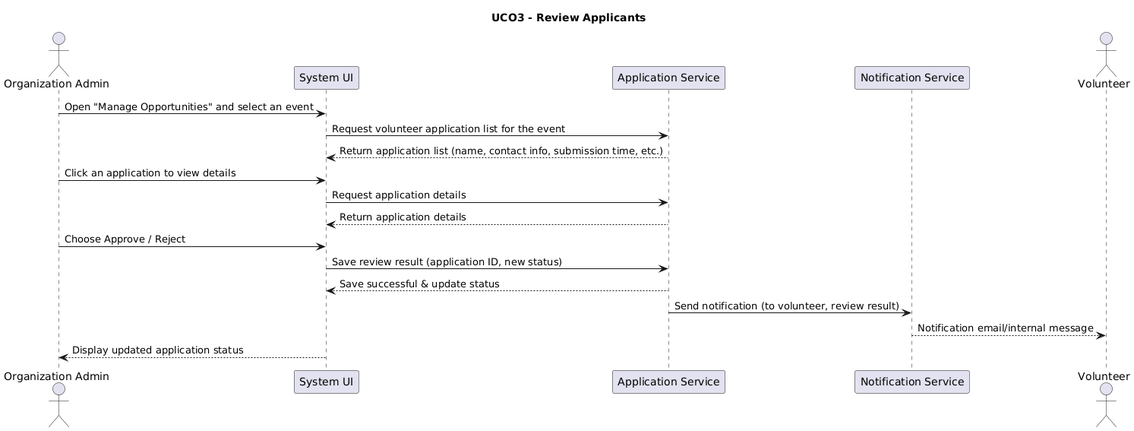
Before: docs/04_Behavior_Modeling/UC-14-sequence-diagram.png, a diagram exported from PlantUML (bg0707/SE1_Team3_VolunteerPortal). Source of this version:
```plantuml
@startuml
title UCO3 - Review Applicants

actor "Organization Admin" as Admin
participant "System UI" as UI
participant "Application Service" as AppSvc
participant "Notification Service" as Notify
actor "Volunteer" as Vol

Admin -> UI: Open "Manage Opportunities" and select an event
UI -> AppSvc: Request volunteer application list for the event
AppSvc --> UI: Return application list (name, contact info, submission time, etc.)

Admin -> UI: Click an application to view details
UI -> AppSvc: Request application details
AppSvc --> UI: Return application details

Admin -> UI: Choose Approve / Reject
UI -> AppSvc: Save review result (application ID, new status)
AppSvc --> UI: Save successful & update status

AppSvc -> Notify: Send notification (to volunteer, review result)
Notify --> Vol: Notification email/internal message

UI --> Admin: Display updated application status
@enduml
```
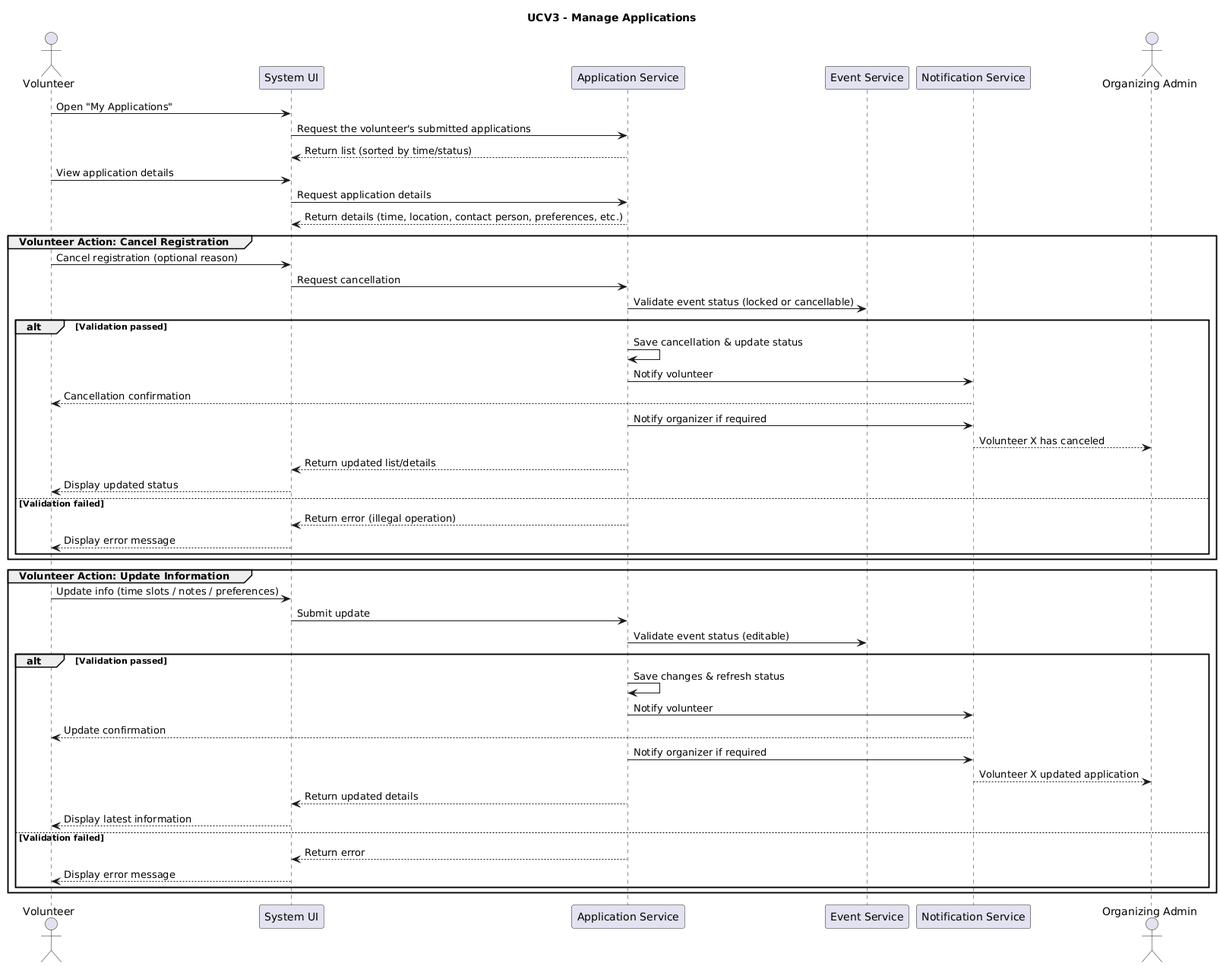
After the commit.

Change to the diagram source:
```diff
@@ -1,26 +1,54 @@
 @startuml
-title UCO3 - Review Applicants
+title UCV3 - Manage Applications
 
-actor "Organization Admin" as Admin
+actor "Volunteer" as Vol
 participant "System UI" as UI
 participant "Application Service" as AppSvc
+participant "Event Service" as Event
 participant "Notification Service" as Notify
-actor "Volunteer" as Vol
+actor "Organizing Admin" as Org
 
-Admin -> UI: Open "Manage Opportunities" and select an event
-UI -> AppSvc: Request volunteer application list for the event
-AppSvc --> UI: Return application list (name, contact info, submission time, etc.)
+Vol -> UI: Open "My Applications"
+UI -> AppSvc: Request the volunteer's submitted applications
+AppSvc --> UI: Return list (sorted by time/status)
 
-Admin -> UI: Click an application to view details
+Vol -> UI: View application details
 UI -> AppSvc: Request application details
-AppSvc --> UI: Return application details
+AppSvc --> UI: Return details (time, location, contact person, preferences, etc.)
 
-Admin -> UI: Choose Approve / Reject
-UI -> AppSvc: Save review result (application ID, new status)
-AppSvc --> UI: Save successful & update status
+group Volunteer Action: Cancel Registration
+    Vol -> UI: Cancel registration (optional reason)
+    UI -> AppSvc: Request cancellation
+    AppSvc -> Event: Validate event status (locked or cancellable)
+    alt Validation passed
+        AppSvc -> AppSvc: Save cancellation & update status
+        AppSvc -> Notify: Notify volunteer
+        Notify --> Vol: Cancellation confirmation
+        AppSvc -> Notify: Notify organizer if required
+        Notify --> Org: Volunteer X has canceled
+        AppSvc --> UI: Return updated list/details
+        UI --> Vol: Display updated status
+    else Validation failed
+        AppSvc --> UI: Return error (illegal operation)
+        UI --> Vol: Display error message
+    end
+end
 
-AppSvc -> Notify: Send notification (to volunteer, review result)
-Notify --> Vol: Notification email/internal message
-
-UI --> Admin: Display updated application status
+group Volunteer Action: Update Information
+    Vol -> UI: Update info (time slots / notes / preferences)
+    UI -> AppSvc: Submit update
+    AppSvc -> Event: Validate event status (editable)
+    alt Validation passed
+        AppSvc -> AppSvc: Save changes & refresh status
+        AppSvc -> Notify: Notify volunteer
+        Notify --> Vol: Update confirmation
+        AppSvc -> Notify: Notify organizer if required
+        Notify --> Org: Volunteer X updated application
+        AppSvc --> UI: Return updated details
+        UI --> Vol: Display latest information
+    else Validation failed
+        AppSvc --> UI: Return error
+        UI --> Vol: Display error message
+    end
+end
 @enduml
```
